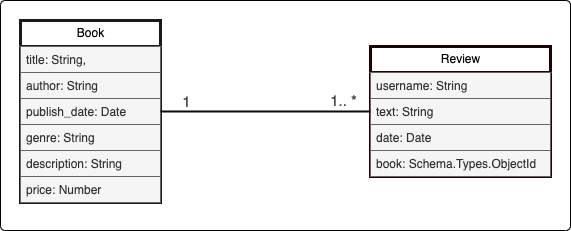
This is BE_Exercises/06_be_bookstore/class_diagram.png from hibaDCI/BE-module, a draw.io export, as it was before one commit. Source tidied: cells renumbered, new cells last; positions are measured from the earlier drawing's top-left corner, leaving out a move shared by most shapes. Its diagram source:
```xml
<mxGraphModel>
  <root>
    <mxCell id="0" />
    <mxCell id="1" parent="0" />
    <mxCell id="2" style="rounded=1;whiteSpace=wrap;html=1;fillColor=#FFFFFF;arcSize=2;" parent="1" vertex="1">
      <mxGeometry width="570" height="230" as="geometry" />
    </mxCell>
    <mxCell id="3" value="Book" style="swimlane;fontStyle=0;horizontal=1;startSize=26;html=1;strokeColor=#1A1A1A;strokeWidth=3;" parent="1" vertex="1">
      <mxGeometry x="20" y="20" width="140" height="182" as="geometry" />
    </mxCell>
    <mxCell id="4" value="title: String," style="text;align=left;verticalAlign=top;spacingLeft=4;spacingRight=4;overflow=hidden;whiteSpace=wrap;html=1;fillColor=#f5f5f5;fontColor=#333333;strokeColor=#666666;" parent="3" vertex="1">
      <mxGeometry y="26" width="140" height="26" as="geometry" />
    </mxCell>
    <mxCell id="5" value="author: String" style="text;align=left;verticalAlign=top;spacingLeft=4;spacingRight=4;overflow=hidden;whiteSpace=wrap;html=1;fillColor=#f5f5f5;fontColor=#333333;strokeColor=#666666;" parent="3" vertex="1">
      <mxGeometry y="52" width="140" height="26" as="geometry" />
    </mxCell>
    <mxCell id="6" value="publish_date: Date" style="text;align=left;verticalAlign=top;spacingLeft=4;spacingRight=4;overflow=hidden;points=[[0,0.5],[1,0.5]];portConstraint=eastwest;whiteSpace=wrap;html=1;fillColor=#f5f5f5;fontColor=#333333;strokeColor=#666666;" parent="3" vertex="1">
      <mxGeometry y="78" width="140" height="26" as="geometry" />
    </mxCell>
    <mxCell id="7" value="genre: String" style="text;align=left;verticalAlign=top;spacingLeft=4;spacingRight=4;overflow=hidden;whiteSpace=wrap;html=1;fillColor=#f5f5f5;fontColor=#333333;strokeColor=#666666;" parent="3" vertex="1">
      <mxGeometry y="104" width="140" height="26" as="geometry" />
    </mxCell>
    <mxCell id="8" value="description: String" style="text;align=left;verticalAlign=top;spacingLeft=4;spacingRight=4;overflow=hidden;whiteSpace=wrap;html=1;fillColor=#f5f5f5;fontColor=#333333;strokeColor=#666666;" parent="3" vertex="1">
      <mxGeometry y="130" width="140" height="26" as="geometry" />
    </mxCell>
    <mxCell id="9" value="price: Number" style="text;align=left;verticalAlign=top;spacingLeft=4;spacingRight=4;overflow=hidden;points=[[0,0.5],[1,0.5]];portConstraint=eastwest;whiteSpace=wrap;html=1;fillColor=#f5f5f5;fontColor=#333333;strokeColor=#666666;" parent="3" vertex="1">
      <mxGeometry y="156" width="140" height="26" as="geometry" />
    </mxCell>
    <mxCell id="10" value="Review" style="swimlane;fontStyle=0;horizontal=1;startSize=26;html=1;strokeWidth=3;strokeColor=#200404;" parent="1" vertex="1">
      <mxGeometry x="370" y="46" width="180" height="130" as="geometry" />
    </mxCell>
    <mxCell id="11" value="username: String" style="text;align=left;verticalAlign=top;spacingLeft=4;spacingRight=4;overflow=hidden;whiteSpace=wrap;html=1;fillColor=#f5f5f5;fontColor=#333333;strokeColor=#666666;" parent="10" vertex="1">
      <mxGeometry y="26" width="180" height="26" as="geometry" />
    </mxCell>
    <mxCell id="12" value="text: String" style="text;align=left;verticalAlign=top;spacingLeft=4;spacingRight=4;overflow=hidden;points=[[0,0.5],[1,0.5]];portConstraint=eastwest;whiteSpace=wrap;html=1;fillColor=#f5f5f5;fontColor=#333333;strokeColor=#666666;" parent="10" vertex="1">
      <mxGeometry y="52" width="180" height="26" as="geometry" />
    </mxCell>
    <mxCell id="13" value="date: Date" style="text;align=left;verticalAlign=top;spacingLeft=4;spacingRight=4;overflow=hidden;whiteSpace=wrap;html=1;fillColor=#f5f5f5;fontColor=#333333;strokeColor=#666666;" parent="10" vertex="1">
      <mxGeometry y="78" width="180" height="26" as="geometry" />
    </mxCell>
    <mxCell id="14" value="book: Schema.Types.ObjectId" style="text;align=left;verticalAlign=top;spacingLeft=4;spacingRight=4;overflow=hidden;whiteSpace=wrap;html=1;fillColor=#f5f5f5;fontColor=#333333;strokeColor=#666666;" parent="10" vertex="1">
      <mxGeometry y="104" width="180" height="26" as="geometry" />
    </mxCell>
    <mxCell id="15" style="html=1;exitX=1;exitY=0.5;exitDx=0;exitDy=0;entryX=0;entryY=0.5;entryDx=0;entryDy=0;endArrow=none;endFill=0;strokeWidth=2;strokeColor=#0c0909;" parent="1" edge="1" source="6" target="12">
      <mxGeometry relative="1" as="geometry" />
    </mxCell>
    <mxCell id="16" value="1" style="edgeLabel;html=1;align=center;verticalAlign=middle;fontSize=15;fillColor=none;fontColor=#534646;labelBackgroundColor=none;" parent="15" vertex="1">
      <mxGeometry x="-0.68" relative="1" as="geometry">
        <mxPoint x="-9" y="-11" as="offset" />
      </mxGeometry>
    </mxCell>
    <mxCell id="17" value="1.. *" style="edgeLabel;html=1;align=center;verticalAlign=middle;fontSize=15;fillColor=none;fontColor=#534646;labelBackgroundColor=none;" parent="15" vertex="1">
      <mxGeometry x="0.82" y="1" relative="1" as="geometry">
        <mxPoint x="-9" y="-11" as="offset" />
      </mxGeometry>
    </mxCell>
  </root>
</mxGraphModel>
```
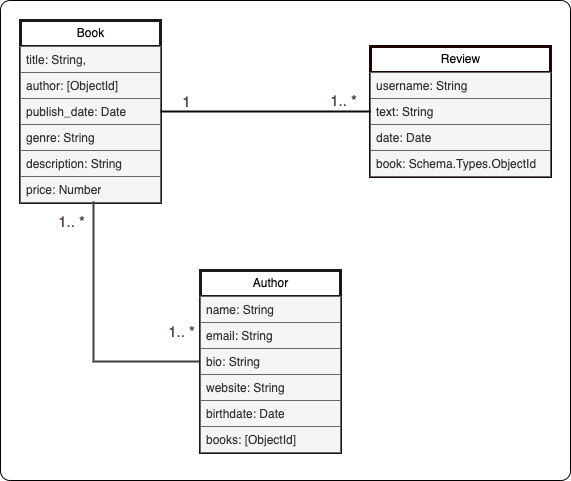
After the change.

What changed in the source:
```diff
@@ -3,7 +3,7 @@
     <mxCell id="0" />
     <mxCell id="1" parent="0" />
     <mxCell id="2" style="rounded=1;whiteSpace=wrap;html=1;fillColor=#FFFFFF;arcSize=2;" parent="1" vertex="1">
-      <mxGeometry width="570" height="230" as="geometry" />
+      <mxGeometry width="570" height="480" as="geometry" />
     </mxCell>
     <mxCell id="3" value="Book" style="swimlane;fontStyle=0;horizontal=1;startSize=26;html=1;strokeColor=#1A1A1A;strokeWidth=3;" parent="1" vertex="1">
       <mxGeometry x="20" y="20" width="140" height="182" as="geometry" />
@@ -11,7 +11,7 @@
     <mxCell id="4" value="title: String," style="text;align=left;verticalAlign=top;spacingLeft=4;spacingRight=4;overflow=hidden;whiteSpace=wrap;html=1;fillColor=#f5f5f5;fontColor=#333333;strokeColor=#666666;" parent="3" vertex="1">
       <mxGeometry y="26" width="140" height="26" as="geometry" />
     </mxCell>
-    <mxCell id="5" value="author: String" style="text;align=left;verticalAlign=top;spacingLeft=4;spacingRight=4;overflow=hidden;whiteSpace=wrap;html=1;fillColor=#f5f5f5;fontColor=#333333;strokeColor=#666666;" parent="3" vertex="1">
+    <mxCell id="5" value="author: [ObjectId]" style="text;align=left;verticalAlign=top;spacingLeft=4;spacingRight=4;overflow=hidden;whiteSpace=wrap;html=1;fillColor=#f5f5f5;fontColor=#333333;strokeColor=#666666;" parent="3" vertex="1">
       <mxGeometry y="52" width="140" height="26" as="geometry" />
     </mxCell>
     <mxCell id="6" value="publish_date: Date" style="text;align=left;verticalAlign=top;spacingLeft=4;spacingRight=4;overflow=hidden;points=[[0,0.5],[1,0.5]];portConstraint=eastwest;whiteSpace=wrap;html=1;fillColor=#f5f5f5;fontColor=#333333;strokeColor=#666666;" parent="3" vertex="1">
@@ -54,5 +54,39 @@
         <mxPoint x="-9" y="-11" as="offset" />
       </mxGeometry>
     </mxCell>
+    <mxCell id="18" value="1.. *" style="edgeLabel;html=1;align=center;verticalAlign=middle;fontSize=15;fillColor=none;fontColor=#534646;labelBackgroundColor=none;" parent="15" vertex="1">
+      <mxGeometry x="0.82" y="1" relative="1" as="geometry">
+        <mxPoint x="-171" y="220" as="offset" />
+      </mxGeometry>
+    </mxCell>
+    <mxCell id="19" value="1.. *" style="edgeLabel;html=1;align=center;verticalAlign=middle;fontSize=15;fillColor=none;fontColor=#534646;labelBackgroundColor=none;" parent="15" vertex="1">
+      <mxGeometry x="0.82" y="1" relative="1" as="geometry">
+        <mxPoint x="-281" y="110" as="offset" />
+      </mxGeometry>
+    </mxCell>
+    <mxCell id="20" style="edgeStyle=orthogonalEdgeStyle;html=1;exitX=0;exitY=0.5;exitDx=0;exitDy=0;entryX=0.521;entryY=0.962;entryDx=0;entryDy=0;entryPerimeter=0;rounded=0;strokeWidth=2;strokeColor=#3e3c3c;endArrow=none;endFill=0;" parent="1" edge="1" source="21" target="9">
+      <mxGeometry relative="1" as="geometry" />
+    </mxCell>
+    <mxCell id="21" value="Author" style="swimlane;fontStyle=0;horizontal=1;startSize=26;html=1;strokeColor=#1A1A1A;strokeWidth=3;" parent="1" vertex="1">
+      <mxGeometry x="200" y="270" width="140" height="182" as="geometry" />
+    </mxCell>
+    <mxCell id="22" value="name: String" style="text;align=left;verticalAlign=top;spacingLeft=4;spacingRight=4;overflow=hidden;whiteSpace=wrap;html=1;fillColor=#f5f5f5;fontColor=#333333;strokeColor=#666666;" parent="21" vertex="1">
+      <mxGeometry y="26" width="140" height="26" as="geometry" />
+    </mxCell>
+    <mxCell id="23" value="email: String" style="text;align=left;verticalAlign=top;spacingLeft=4;spacingRight=4;overflow=hidden;whiteSpace=wrap;html=1;fillColor=#f5f5f5;fontColor=#333333;strokeColor=#666666;" parent="21" vertex="1">
+      <mxGeometry y="52" width="140" height="26" as="geometry" />
+    </mxCell>
+    <mxCell id="24" value="bio: String" style="text;align=left;verticalAlign=top;spacingLeft=4;spacingRight=4;overflow=hidden;whiteSpace=wrap;html=1;fillColor=#f5f5f5;fontColor=#333333;strokeColor=#666666;" parent="21" vertex="1">
+      <mxGeometry y="78" width="140" height="26" as="geometry" />
+    </mxCell>
+    <mxCell id="25" value="website: String" style="text;align=left;verticalAlign=top;spacingLeft=4;spacingRight=4;overflow=hidden;whiteSpace=wrap;html=1;fillColor=#f5f5f5;fontColor=#333333;strokeColor=#666666;" parent="21" vertex="1">
+      <mxGeometry y="104" width="140" height="26" as="geometry" />
+    </mxCell>
+    <mxCell id="26" value="birthdate: Date" style="text;align=left;verticalAlign=top;spacingLeft=4;spacingRight=4;overflow=hidden;whiteSpace=wrap;html=1;fillColor=#f5f5f5;fontColor=#333333;strokeColor=#666666;" parent="21" vertex="1">
+      <mxGeometry y="130" width="140" height="26" as="geometry" />
+    </mxCell>
+    <mxCell id="27" value="books: [ObjectId]" style="text;align=left;verticalAlign=top;spacingLeft=4;spacingRight=4;overflow=hidden;whiteSpace=wrap;html=1;fillColor=#f5f5f5;fontColor=#333333;strokeColor=#666666;" parent="21" vertex="1">
+      <mxGeometry y="156" width="140" height="26" as="geometry" />
+    </mxCell>
   </root>
 </mxGraphModel>
```
